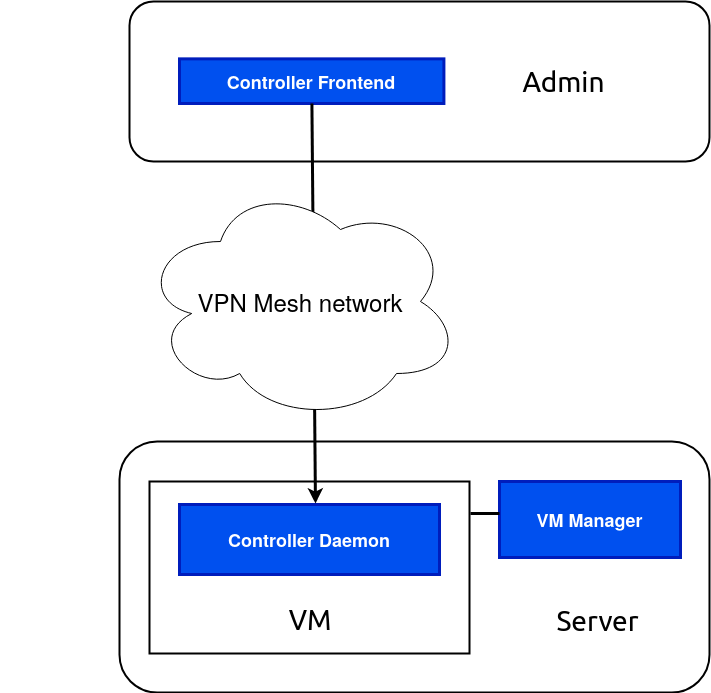
Before: vm-controller.drawio.png, a diagram exported from draw.io (clan-lol/clan-docs). Source tidied: cells renumbered, new cells last; positions are measured from the earlier drawing's top-left corner, leaving out a move shared by most shapes.
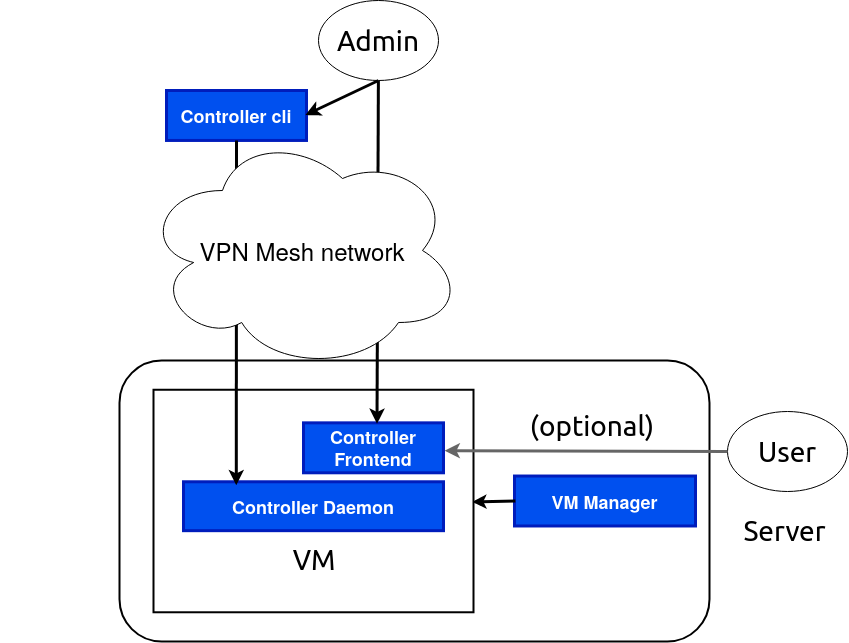
The same diagram one commit later.

What changed in the source:
```diff
@@ -3,52 +3,61 @@
     <mxCell id="0" />
     <mxCell id="1" value="Connector" parent="0" />
     <mxCell id="2" style="group;" parent="1" vertex="1">
-      <mxGeometry y="440" width="709" height="251" as="geometry" />
+      <mxGeometry x="-2" y="440" width="709" height="251" as="geometry" />
     </mxCell>
-    <mxCell id="3" style="group;" parent="2" vertex="1">
-      <mxGeometry x="119" width="590" height="251" as="geometry" />
-    </mxCell>
-    <mxCell id="4" style="rounded=1;whiteSpace=wrap;html=1;hachureGap=4;strokeWidth=2;" parent="3" vertex="1">
-      <mxGeometry width="590" height="251" as="geometry" />
+    <mxCell id="4" style="rounded=1;whiteSpace=wrap;html=1;hachureGap=4;strokeWidth=2;" parent="2" vertex="1">
+      <mxGeometry x="119" y="-30" width="590" height="281" as="geometry" />
     </mxCell>
+    <mxCell id="9" value="&lt;h2&gt;VM Manager&lt;br&gt;&lt;/h2&gt;" style="vsdxID=14;fillColor=#0050ef;shape=(stored shape, 160 characters);strokeColor=#001DBC;strokeWidth=3;labelBackgroundColor=none;rounded=0;html=1;whiteSpace=wrap;fontColor=#ffffff;" parent="2" vertex="1">
+      <mxGeometry x="514" y="85.5" width="181" height="50" as="geometry" />
+    </mxCell>
+    <mxCell id="10" style="vsdxID=48;edgeStyle=none;startArrow=none;endArrow=classic;startSize=5;endSize=5;strokeWidth=3;strokeColor=#000000;spacingTop=0;spacingBottom=0;spacingLeft=0;spacingRight=0;verticalAlign=middle;html=1;labelBackgroundColor=#ffffff;rounded=0;entryX=0.996;entryY=0.504;entryDx=0;entryDy=0;entryPerimeter=0;exitX=0.005;exitY=0.5;exitDx=0;exitDy=0;exitPerimeter=0;startFill=0;endFill=1;" parent="2" edge="1" source="9" target="5">
+      <mxGeometry relative="1" as="geometry" />
+    </mxCell>
+    <mxCell id="17" style="group;" parent="2" vertex="1">
+      <mxGeometry x="153" y="-0.8" width="321" height="222.5" as="geometry" />
+    </mxCell>
-    <mxCell id="5" style="verticalAlign=middle;align=center;vsdxID=5;shape=(stored shape, 160 characters);strokeWidth=2;labelBackgroundColor=none;rounded=0;html=1;whiteSpace=wrap;" parent="3" vertex="1">
-      <mxGeometry x="30" y="40" width="320" height="172" as="geometry" />
+    <mxCell id="5" style="verticalAlign=middle;align=center;vsdxID=5;shape=(stored shape, 160 characters);strokeWidth=2;labelBackgroundColor=none;rounded=0;html=1;whiteSpace=wrap;" parent="17" vertex="1">
+      <mxGeometry width="320" height="222.5" as="geometry" />
     </mxCell>
-    <mxCell id="6" value="&lt;font style=&quot;font-size: 22px; font-family: &amp;quot;calibri&amp;quot;; color: rgb(0, 0, 0); direction: ltr; letter-spacing: 0px; line-height: 120%; opacity: 1; --darkreader-inline-color: #e8e6e3;&quot;&gt;&lt;font style=&quot;font-size: 28px&quot;&gt;VM&lt;br&gt;&lt;/font&gt;&lt;/font&gt;" style="verticalAlign=middle;align=center;vsdxID=19;fillColor=none;gradientColor=none;shape=(stored shape, 160 characters);strokeColor=none;labelBackgroundColor=none;rounded=0;html=1;whiteSpace=wrap;" parent="3" vertex="1">
-      <mxGeometry x="31" y="152" width="320" height="53" as="geometry" />
+    <mxCell id="6" value="&lt;font style=&quot;font-size: 22px; font-family: &amp;quot;calibri&amp;quot;; color: rgb(0, 0, 0); direction: ltr; letter-spacing: 0px; line-height: 120%; opacity: 1; --darkreader-inline-color: #e8e6e3;&quot;&gt;&lt;font style=&quot;font-size: 28px&quot;&gt;VM&lt;br&gt;&lt;/font&gt;&lt;/font&gt;" style="verticalAlign=middle;align=center;vsdxID=19;fillColor=none;gradientColor=none;shape=(stored shape, 160 characters);strokeColor=none;labelBackgroundColor=none;rounded=0;html=1;whiteSpace=wrap;" parent="17" vertex="1">
+      <mxGeometry x="1" y="140.9" width="320" height="59.3" as="geometry" />
     </mxCell>
+    <mxCell id="8" value="&lt;h2&gt;Controller Daemon&lt;/h2&gt;" style="vsdxID=12;fillColor=#0050ef;shape=(stored shape, 160 characters);strokeColor=#001DBC;strokeWidth=3;labelBackgroundColor=none;rounded=0;html=1;whiteSpace=wrap;fontColor=#ffffff;" parent="17" vertex="1">
+      <mxGeometry x="30" y="92" width="260" height="48.9" as="geometry" />
+    </mxCell>
+    <mxCell id="14" value="&lt;h2&gt;Controller Frontend&lt;br&gt;&lt;/h2&gt;" style="vsdxID=12;fillColor=#0050ef;shape=(stored shape, 160 characters);strokeColor=#001DBC;strokeWidth=3;labelBackgroundColor=none;rounded=0;html=1;whiteSpace=wrap;fontColor=#ffffff;" parent="17" vertex="1">
+      <mxGeometry x="150" y="33.1" width="140" height="50" as="geometry" />
+    </mxCell>
+    <mxCell id="18" value="&lt;font style=&quot;font-size: 28px;&quot; face=&quot;calibri&quot;&gt;(optional)&lt;/font&gt;" style="text;html=1;strokeColor=none;fillColor=none;align=center;verticalAlign=middle;whiteSpace=wrap;rounded=0;" parent="2" vertex="1">
+      <mxGeometry x="562" y="20" width="60" height="30" as="geometry" />
+    </mxCell>
+    <mxCell id="15" style="endArrow=classic;html=1;rounded=0;entryX=0.525;entryY=0.02;entryDx=0;entryDy=0;entryPerimeter=0;strokeWidth=3;" parent="1" edge="1" source="13" target="14">
+      <mxGeometry relative="1" as="geometry" />
+    </mxCell>
+    <mxCell id="13" value="&lt;font style=&quot;font-size: 28px;&quot; face=&quot;calibri&quot;&gt;Admin&lt;/font&gt;" style="ellipse;whiteSpace=wrap;html=1;" parent="1" vertex="1">
+      <mxGeometry x="316" y="50" width="120" height="80" as="geometry" />
+    </mxCell>
-    <mxCell id="7" value="&lt;font style=&quot;font-size: 28px; font-family: Calibri; color: rgb(0, 0, 0); direction: ltr; letter-spacing: 0px; line-height: 120%; opacity: 1; --darkreader-inline-color: #e8e6e3;&quot;&gt;Server&lt;br&gt;&lt;/font&gt;" style="verticalAlign=middle;align=center;vsdxID=20;fillColor=none;gradientColor=none;shape=(stored shape, 160 characters);strokeColor=none;labelBackgroundColor=none;rounded=0;html=1;whiteSpace=wrap;" parent="3" vertex="1">
-      <mxGeometry x="416" y="152" width="125" height="53" as="geometry" />
+    <mxCell id="7" value="&lt;font style=&quot;font-size: 28px; font-family: Calibri; color: rgb(0, 0, 0); direction: ltr; letter-spacing: 0px; line-height: 120%; opacity: 1; --darkreader-inline-color: #e8e6e3;&quot;&gt;Server&lt;br&gt;&lt;/font&gt;" style="verticalAlign=middle;align=center;vsdxID=20;fillColor=none;gradientColor=none;shape=(stored shape, 160 characters);strokeColor=none;labelBackgroundColor=none;rounded=0;html=1;whiteSpace=wrap;" parent="1" vertex="1">
+      <mxGeometry x="720" y="550" width="125" height="59.3" as="geometry" />
     </mxCell>
-    <mxCell id="8" value="&lt;h2&gt;Controller Daemon&lt;/h2&gt;" style="vsdxID=12;fillColor=#0050ef;shape=(stored shape, 160 characters);strokeColor=#001DBC;strokeWidth=3;labelBackgroundColor=none;rounded=0;html=1;whiteSpace=wrap;fontColor=#ffffff;" parent="3" vertex="1">
-      <mxGeometry x="60" y="63" width="260" height="70" as="geometry" />
-    </mxCell>
-    <mxCell id="9" value="&lt;h2&gt;VM Manager&lt;br&gt;&lt;/h2&gt;" style="vsdxID=14;fillColor=#0050ef;shape=(stored shape, 160 characters);strokeColor=#001DBC;strokeWidth=3;labelBackgroundColor=none;rounded=0;html=1;whiteSpace=wrap;fontColor=#ffffff;" parent="3" vertex="1">
-      <mxGeometry x="380" y="40" width="181" height="76" as="geometry" />
-    </mxCell>
-    <mxCell id="10" style="vsdxID=48;edgeStyle=none;startArrow=none;endArrow=none;startSize=5;endSize=5;strokeWidth=3;strokeColor=#000000;spacingTop=0;spacingBottom=0;spacingLeft=0;spacingRight=0;verticalAlign=middle;html=1;labelBackgroundColor=#ffffff;rounded=0;entryX=0.995;entryY=0.269;entryDx=0;entryDy=0;entryPerimeter=0;" parent="3" edge="1">
-      <mxGeometry relative="1" as="geometry">
-        <mxPoint x="380" y="72" as="sourcePoint" />
-        <mxPoint x="351" y="72" as="targetPoint" />
-      </mxGeometry>
-    </mxCell>
-    <mxCell id="11" style="group;" parent="1" vertex="1">
-      <mxGeometry x="109" width="600" height="160" as="geometry" />
-    </mxCell>
-    <mxCell id="12" style="rounded=1;whiteSpace=wrap;html=1;hachureGap=4;strokeWidth=2;" parent="11" vertex="1">
-      <mxGeometry x="20" width="580" height="160" as="geometry" />
-    </mxCell>
-    <mxCell id="13" value="&lt;font style=&quot;font-size: 28px; font-family: &amp;quot;calibri&amp;quot;; color: rgb(0, 0, 0); direction: ltr; letter-spacing: 0px; line-height: 120%; opacity: 1; --darkreader-inline-color: #e8e6e3;&quot;&gt;Admin&lt;br&gt;&lt;/font&gt;" style="verticalAlign=middle;align=center;vsdxID=28;fillColor=none;gradientColor=none;shape=(stored shape, 160 characters);strokeColor=none;labelBackgroundColor=none;rounded=0;html=1;whiteSpace=wrap;" parent="11" vertex="1">
-      <mxGeometry x="386.4" y="48.1" width="137.3" height="63.1" as="geometry" />
-    </mxCell>
-    <mxCell id="14" value="&lt;h2&gt;Controller Frontend&lt;br&gt;&lt;/h2&gt;" style="vsdxID=12;fillColor=#0050ef;shape=(stored shape, 160 characters);strokeColor=#001DBC;strokeWidth=3;labelBackgroundColor=none;rounded=0;html=1;whiteSpace=wrap;fontColor=#ffffff;" parent="11" vertex="1">
-      <mxGeometry x="70" y="57.4" width="264.4" height="44.6" as="geometry" />
-    </mxCell>
-    <mxCell id="15" style="endArrow=classic;html=1;rounded=0;entryX=0.523;entryY=-0.014;entryDx=0;entryDy=0;entryPerimeter=0;strokeWidth=3;" parent="1" edge="1" source="14" target="8">
-      <mxGeometry relative="1" as="geometry" />
-    </mxCell>
+    <mxCell id="19" value="&lt;font style=&quot;font-size: 28px;&quot; face=&quot;calibri&quot; color=&quot;#000000&quot;&gt;User&lt;/font&gt;" style="ellipse;whiteSpace=wrap;html=1;fillColor=default;fontColor=#FFFFFF;" parent="1" vertex="1">
+      <mxGeometry x="725" y="461" width="120" height="80" as="geometry" />
+    </mxCell>
+    <mxCell id="20" style="endArrow=classic;html=1;rounded=0;entryX=1.008;entryY=0.557;entryDx=0;entryDy=0;entryPerimeter=0;strokeWidth=3;exitX=0;exitY=0.5;exitDx=0;exitDy=0;fillColor=#f5f5f5;strokeColor=#666666;" parent="1" edge="1" source="19" target="14">
+      <mxGeometry relative="1" as="geometry" />
+    </mxCell>
+    <mxCell id="21" value="&lt;h2&gt;Controller cli&lt;br&gt;&lt;/h2&gt;" style="vsdxID=12;fillColor=#0050ef;shape=(stored shape, 160 characters);strokeColor=#001DBC;strokeWidth=3;labelBackgroundColor=none;rounded=0;html=1;whiteSpace=wrap;fontColor=#ffffff;" parent="1" vertex="1">
+      <mxGeometry x="164" y="140" width="140" height="50" as="geometry" />
+    </mxCell>
+    <mxCell id="22" style="endArrow=classic;html=1;rounded=0;entryX=0.203;entryY=0.071;entryDx=0;entryDy=0;entryPerimeter=0;strokeWidth=3;" parent="1" edge="1" source="21" target="8">
+      <mxGeometry relative="1" as="geometry" />
+    </mxCell>
     <mxCell id="16" value="&lt;font style=&quot;font-size: 24px;&quot;&gt;VPN Mesh network&lt;/font&gt;" style="ellipse;shape=cloud;whiteSpace=wrap;html=1;" parent="1" vertex="1">
       <mxGeometry x="140" y="180" width="320" height="240" as="geometry" />
     </mxCell>
+    <mxCell id="23" style="endArrow=classic;html=1;rounded=0;entryX=0.992;entryY=0.492;entryDx=0;entryDy=0;entryPerimeter=0;exitX=0.5;exitY=1;exitDx=0;exitDy=0;strokeWidth=3;" parent="1" edge="1" source="13" target="21">
+      <mxGeometry relative="1" as="geometry" />
+    </mxCell>
   </root>
 </mxGraphModel>
```
